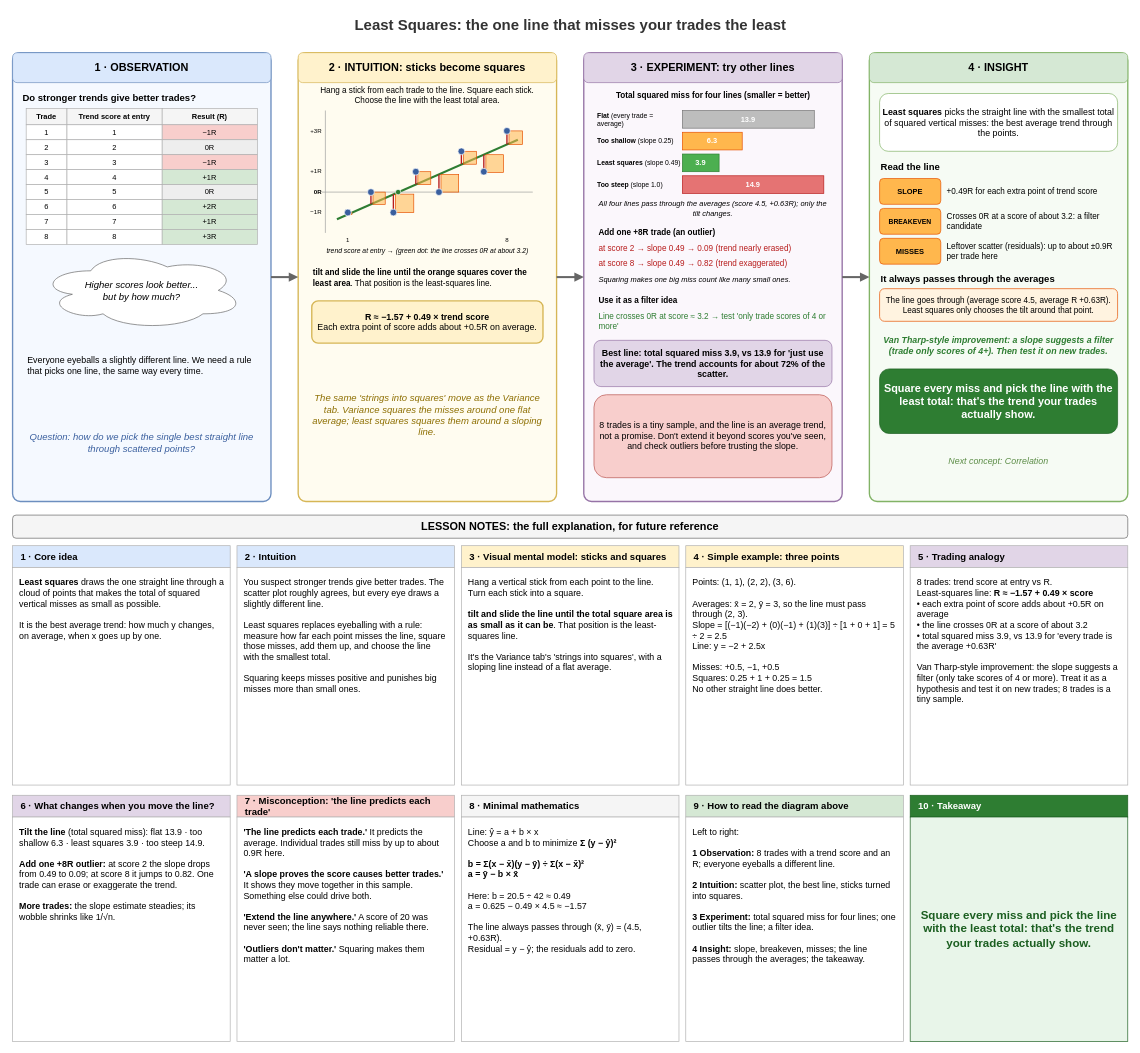
Above: page "01 Least Squares" (1 of 3) of seeing-theory/06-regression-analysis.drawio in raj-champaneriya-ibm/continuous-learning (draw.io), before the change. Source tidied: cells renumbered, new cells numbered last; positions are measured from the earlier drawing's top-left corner, leaving out a move shared by most shapes. Both pictures are drawn from the tidied source at 68%, with x=0, y=0 at pixel (12, 12).
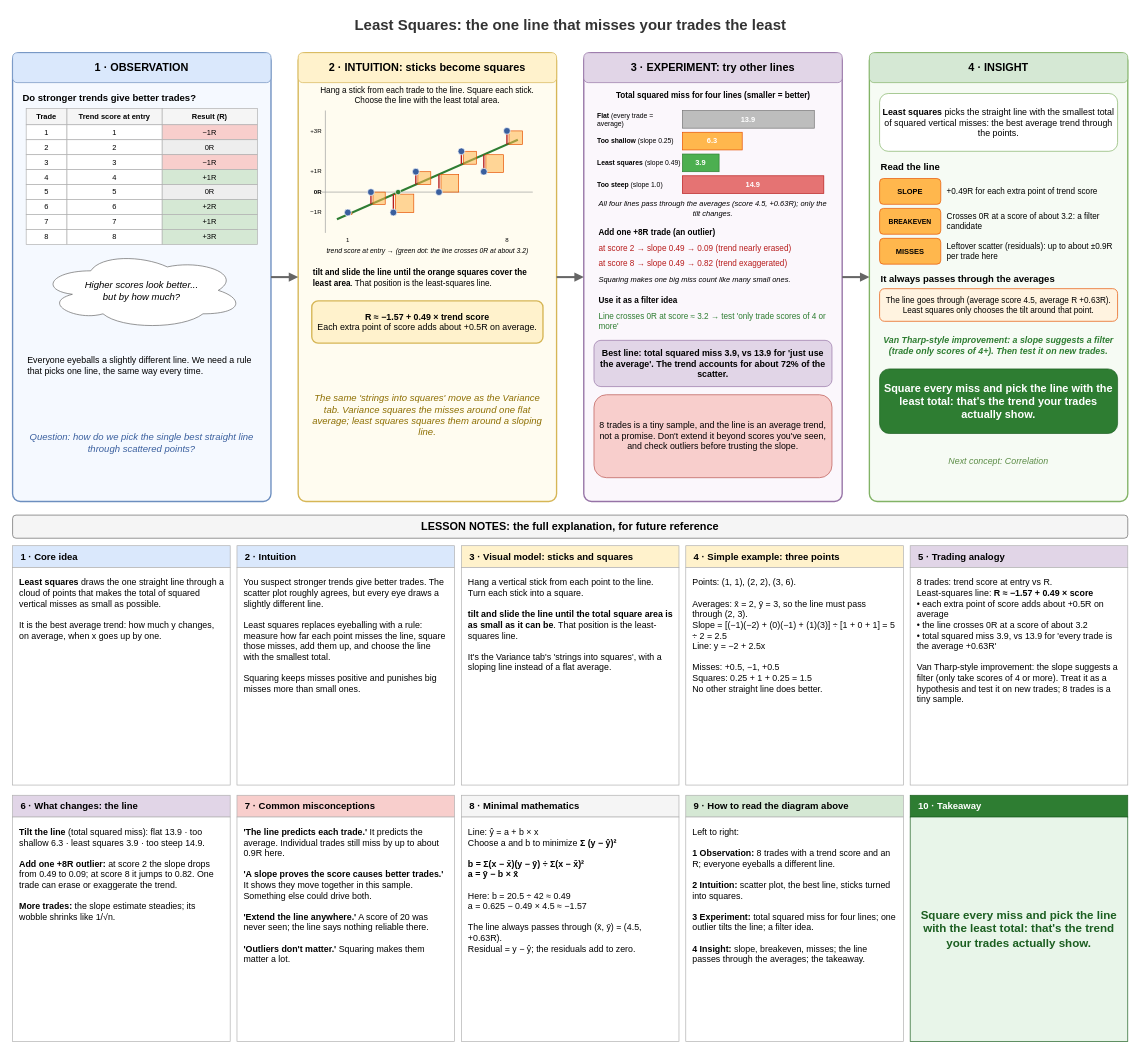
The same page after the edit.

Diff of the diagram source:
```diff
@@
-    <mxCell id="120" value="3 · Visual mental model: sticks and squares" style="rounded=0;whiteSpace=wrap;html=1;fillColor=#fff2cc;strokeColor=#B0B0B0;align=left;spacingLeft=10;fontSize=14;fontStyle=1;" parent="1" vertex="1">
+    <mxCell id="120" value="3 · Visual model: sticks and squares" style="rounded=0;whiteSpace=wrap;html=1;fillColor=#fff2cc;strokeColor=#B0B0B0;align=left;spacingLeft=10;fontSize=14;fontStyle=1;" parent="1" vertex="1">
       <mxGeometry x="660" y="785" width="320" height="32" as="geometry" />
     </mxCell>
@@
-    <mxCell id="126" value="6 · What changes when you move the line?" style="rounded=0;whiteSpace=wrap;html=1;fillColor=#e1d5e7;strokeColor=#B0B0B0;align=left;spacingLeft=10;fontSize=14;fontStyle=1;" parent="1" vertex="1">
+    <mxCell id="126" value="6 · What changes: the line" style="rounded=0;whiteSpace=wrap;html=1;fillColor=#e1d5e7;strokeColor=#B0B0B0;align=left;spacingLeft=10;fontSize=14;fontStyle=1;" parent="1" vertex="1">
       <mxGeometry y="1152" width="320" height="32" as="geometry" />
     </mxCell>
@@
-    <mxCell id="128" value="7 · Misconception: 'the line predicts each trade'" style="rounded=0;whiteSpace=wrap;html=1;fillColor=#f8cecc;strokeColor=#B0B0B0;align=left;spacingLeft=10;fontSize=14;fontStyle=1;" parent="1" vertex="1">
+    <mxCell id="128" value="7 · Common misconceptions" style="rounded=0;whiteSpace=wrap;html=1;fillColor=#f8cecc;strokeColor=#B0B0B0;align=left;spacingLeft=10;fontSize=14;fontStyle=1;" parent="1" vertex="1">
       <mxGeometry x="330" y="1152" width="320" height="32" as="geometry" />
     </mxCell>
```
